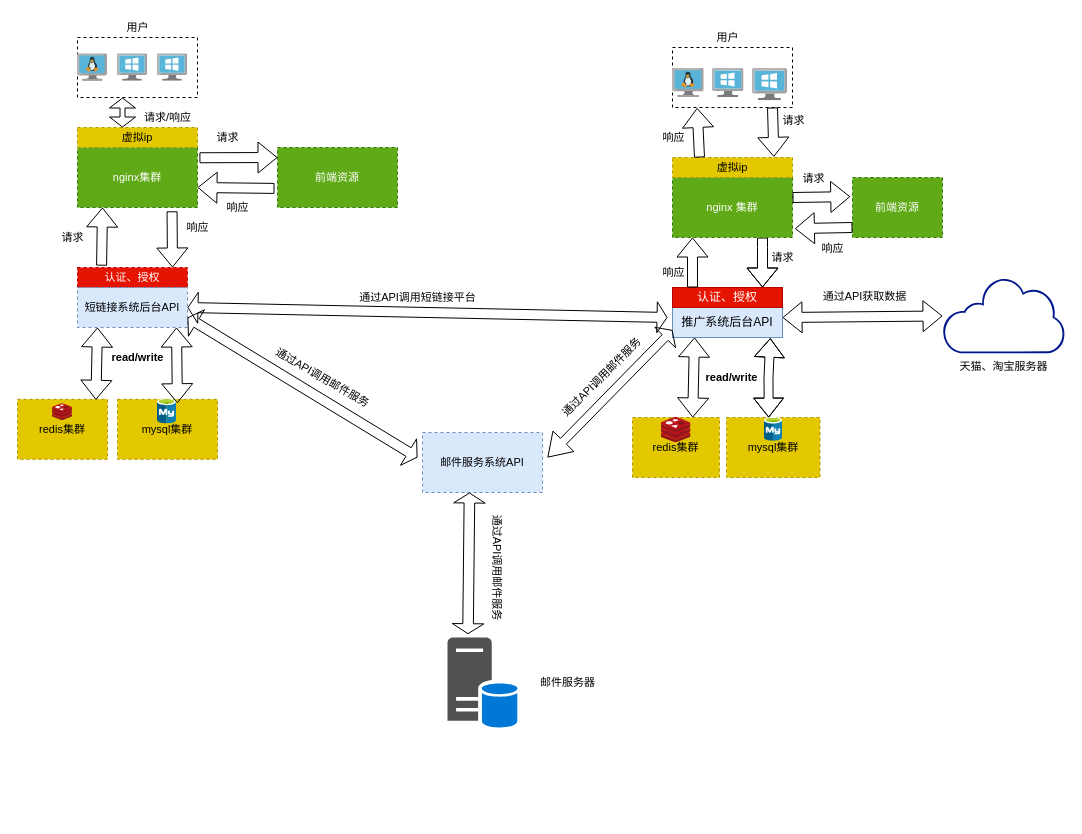
Before: Untitled Diagram.drawio in ndb000901/diagrams, a draw.io diagram. Source tidied: cells renumbered, new cells numbered last; positions are measured from the earlier drawing's top-left corner, leaving out a move shared by most shapes. Both pictures are drawn from the tidied source at 100%, with x=0, y=0 at pixel (17, 17).
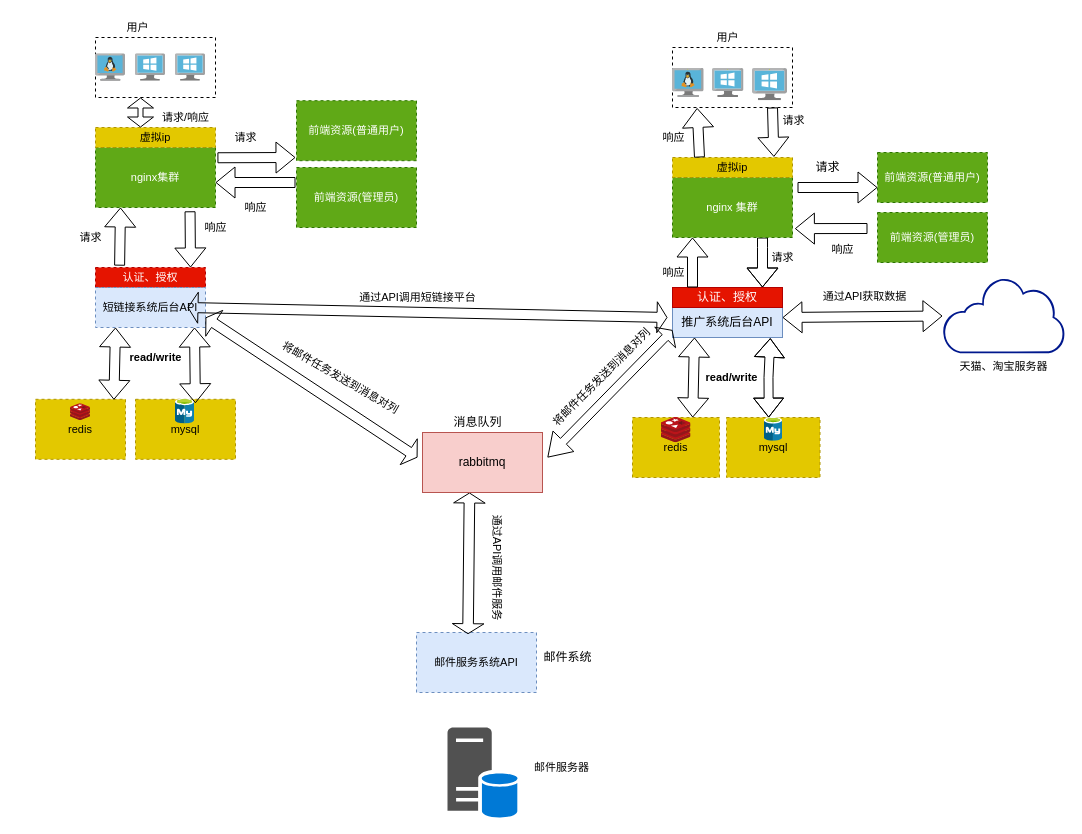
The same page after the edit.

Unchanged cells that the change refers to:
```xml
<mxCell id="8" value="nginx 集群" style="rounded=0;whiteSpace=wrap;html=1;fontFamily=Helvetica;fontSize=11;fontColor=#ffffff;dashed=1;fillColor=#60a917;strokeColor=#2D7600;" parent="1" vertex="1">
  <mxGeometry x="655" y="160" width="120" height="60" as="geometry" />
</mxCell>
```

What changed in the source:
```diff
@@
-    <mxCell id="9" value="前端资源" style="rounded=0;whiteSpace=wrap;html=1;dashed=1;fontFamily=Helvetica;fontSize=11;fontColor=#ffffff;fillColor=#60a917;strokeColor=#2D7600;" parent="1" vertex="1">
-      <mxGeometry x="835" y="160" width="90" height="60" as="geometry" />
+    <mxCell id="9" value="前端资源(普通用户)" style="rounded=0;whiteSpace=wrap;html=1;dashed=1;fontFamily=Helvetica;fontSize=11;fontColor=#ffffff;fillColor=#60a917;strokeColor=#2D7600;" parent="1" vertex="1">
+      <mxGeometry x="860" y="135" width="110" height="50" as="geometry" />
     </mxCell>
-    <mxCell id="10" style="shape=flexArrow;endArrow=classic;html=1;rounded=0;labelBackgroundColor=default;fontFamily=Helvetica;fontSize=11;fontColor=default;strokeColor=default;entryX=-0.025;entryY=0.319;entryDx=0;entryDy=0;entryPerimeter=0;" parent="1" edge="1" target="9">
-      <mxGeometry relative="1" as="geometry">
-        <mxPoint x="775" y="180" as="sourcePoint" />
-      </mxGeometry>
-    </mxCell>
-    <mxCell id="11" value="请求" style="edgeLabel;html=1;align=center;verticalAlign=middle;fontSize=11;fontFamily=Helvetica;fontColor=default;" parent="10" vertex="1">
-      <mxGeometry x="0.47" y="-2" relative="1" as="geometry">
-        <mxPoint x="-22" y="-21" as="offset" />
-      </mxGeometry>
-    </mxCell>
     <mxCell id="12" style="shape=flexArrow;endArrow=classic;html=1;rounded=0;labelBackgroundColor=default;fontFamily=Helvetica;fontSize=11;fontColor=default;strokeColor=default;entryX=1.02;entryY=0.852;entryDx=0;entryDy=0;entryPerimeter=0;" parent="1" edge="1" target="8">
       <mxGeometry relative="1" as="geometry">
-        <mxPoint x="835" y="210" as="sourcePoint" />
+        <mxPoint x="850" y="211" as="sourcePoint" />
       </mxGeometry>
     </mxCell>
@@
-    <mxCell id="24" value="redis集群" style="rounded=0;whiteSpace=wrap;html=1;dashed=1;fontFamily=Helvetica;fontSize=11;fontColor=#000000;fillColor=#e3c800;strokeColor=#B09500;" parent="1" vertex="1">
+    <mxCell id="24" value="redis" style="rounded=0;whiteSpace=wrap;html=1;dashed=1;fontFamily=Helvetica;fontSize=11;fontColor=#000000;fillColor=#e3c800;strokeColor=#B09500;" parent="1" vertex="1">
       <mxGeometry x="615" y="400" width="87" height="60" as="geometry" />
     </mxCell>
-    <mxCell id="25" value="mysql集群" style="rounded=0;whiteSpace=wrap;html=1;dashed=1;fontFamily=Helvetica;fontSize=11;fontColor=#000000;fillColor=#e3c800;strokeColor=#B09500;" parent="1" vertex="1">
+    <mxCell id="25" value="mysql" style="rounded=0;whiteSpace=wrap;html=1;dashed=1;fontFamily=Helvetica;fontSize=11;fontColor=#000000;fillColor=#e3c800;strokeColor=#B09500;" parent="1" vertex="1">
       <mxGeometry x="709" y="400" width="93.5" height="60" as="geometry" />
     </mxCell>
@@
     <mxCell id="34" value="认证、授权" style="rounded=0;whiteSpace=wrap;html=1;dashed=1;fontFamily=Helvetica;fontSize=11;fontColor=#ffffff;fillColor=#e51400;strokeColor=#B20000;" parent="1" vertex="1">
-      <mxGeometry x="60" y="250" width="110" height="20" as="geometry" />
+      <mxGeometry x="78" y="250" width="110" height="20" as="geometry" />
     </mxCell>
     <mxCell id="35" value="短链接系统后台API" style="rounded=0;whiteSpace=wrap;html=1;dashed=1;fontFamily=Helvetica;fontSize=11;fillColor=#dae8fc;strokeColor=#6c8ebf;" parent="1" vertex="1">
-      <mxGeometry x="60" y="270" width="110" height="40" as="geometry" />
+      <mxGeometry x="78" y="270" width="110" height="40" as="geometry" />
     </mxCell>
-    <mxCell id="36" value="redis集群" style="rounded=0;whiteSpace=wrap;html=1;dashed=1;fontFamily=Helvetica;fontSize=11;fontColor=#000000;fillColor=#e3c800;strokeColor=#B09500;" parent="1" vertex="1">
-      <mxGeometry y="381.8" width="90" height="60" as="geometry" />
+    <mxCell id="36" value="redis" style="rounded=0;whiteSpace=wrap;html=1;dashed=1;fontFamily=Helvetica;fontSize=11;fontColor=#000000;fillColor=#e3c800;strokeColor=#B09500;" parent="1" vertex="1">
+      <mxGeometry x="18" y="381.8" width="90" height="60" as="geometry" />
     </mxCell>
     <mxCell id="37" style="sketch=0;html=1;align=center;image;fontSize=12;image=img/lib/mscae/Cache_Redis_Product.svg;dashed=1;fontFamily=Helvetica;fontColor=default;" parent="1" vertex="1">
-      <mxGeometry x="35" y="386.2" width="20" height="16.8" as="geometry" />
+      <mxGeometry x="53" y="386.2" width="20" height="16.8" as="geometry" />
     </mxCell>
-    <mxCell id="38" value="mysql集群" style="rounded=0;whiteSpace=wrap;html=1;dashed=1;fontFamily=Helvetica;fontSize=11;fontColor=#000000;fillColor=#e3c800;strokeColor=#B09500;" parent="1" vertex="1">
-      <mxGeometry x="100" y="381.8" width="100" height="60" as="geometry" />
+    <mxCell id="38" value="mysql" style="rounded=0;whiteSpace=wrap;html=1;dashed=1;fontFamily=Helvetica;fontSize=11;fontColor=#000000;fillColor=#e3c800;strokeColor=#B09500;" parent="1" vertex="1">
+      <mxGeometry x="118" y="381.8" width="100" height="60" as="geometry" />
     </mxCell>
     <mxCell id="39" style="sketch=0;html=1;points=[];align=center;image;fontSize=12;image=img/lib/mscae/Azure_Database_for_MySQL_servers.svg;dashed=1;fontFamily=Helvetica;fontColor=default;" parent="1" vertex="1">
-      <mxGeometry x="140" y="381.4" width="19" height="25" as="geometry" />
+      <mxGeometry x="158" y="381.4" width="19" height="25" as="geometry" />
     </mxCell>
     <mxCell id="40" style="shape=flexArrow;endArrow=classic;startArrow=classic;html=1;rounded=0;labelBackgroundColor=default;fontFamily=Helvetica;fontSize=11;fontColor=default;strokeColor=default;exitX=0.871;exitY=0.008;exitDx=0;exitDy=0;exitPerimeter=0;" parent="1" edge="1" source="36">
       <mxGeometry relative="1" as="geometry">
-        <mxPoint x="80" y="310" as="targetPoint" />
+        <mxPoint x="98" y="310" as="targetPoint" />
       </mxGeometry>
     </mxCell>
     <mxCell id="41" style="shape=flexArrow;endArrow=classic;startArrow=classic;html=1;rounded=0;labelBackgroundColor=default;fontFamily=Helvetica;fontSize=11;fontColor=default;strokeColor=default;exitX=1.048;exitY=0.173;exitDx=0;exitDy=0;exitPerimeter=0;" parent="1" edge="1" source="39">
       <mxGeometry relative="1" as="geometry">
-        <mxPoint x="159" y="310" as="targetPoint" />
+        <mxPoint x="177" y="310" as="targetPoint" />
       </mxGeometry>
     </mxCell>
     <mxCell id="42" value="&lt;b&gt;read/write&lt;/b&gt;" style="text;html=1;align=center;verticalAlign=middle;strokeColor=none;fillColor=none;fontSize=11;fontFamily=Helvetica;fontColor=default;" parent="1" vertex="1">
-      <mxGeometry x="85" y="330" width="70" height="20" as="geometry" />
+      <mxGeometry x="103" y="330" width="70" height="20" as="geometry" />
     </mxCell>
     <mxCell id="43" value="nginx集群" style="rounded=0;whiteSpace=wrap;html=1;dashed=1;fontFamily=Helvetica;fontSize=11;fontColor=#ffffff;fillColor=#60a917;strokeColor=#2D7600;" parent="1" vertex="1">
-      <mxGeometry x="60" y="130" width="120" height="60" as="geometry" />
+      <mxGeometry x="78" y="130" width="120" height="60" as="geometry" />
     </mxCell>
     <mxCell id="44" value="虚拟ip" style="rounded=0;whiteSpace=wrap;html=1;dashed=1;fontFamily=Helvetica;fontSize=11;fontColor=#000000;fillColor=#e3c800;strokeColor=#B09500;" parent="1" vertex="1">
-      <mxGeometry x="60" y="110" width="120" height="20" as="geometry" />
+      <mxGeometry x="78" y="110" width="120" height="20" as="geometry" />
     </mxCell>
-    <mxCell id="45" value="前端资源" style="rounded=0;whiteSpace=wrap;html=1;dashed=1;fontFamily=Helvetica;fontSize=11;fontColor=#ffffff;fillColor=#60a917;strokeColor=#2D7600;" parent="1" vertex="1">
-      <mxGeometry x="260" y="130" width="120" height="60" as="geometry" />
+    <mxCell id="45" value="前端资源(普通用户)" style="rounded=0;whiteSpace=wrap;html=1;dashed=1;fontFamily=Helvetica;fontSize=11;fontColor=#ffffff;fillColor=#60a917;strokeColor=#2D7600;" parent="1" vertex="1">
+      <mxGeometry x="279" y="83.2" width="120" height="60" as="geometry" />
     </mxCell>
     <mxCell id="46" style="shape=flexArrow;endArrow=classic;html=1;rounded=0;labelBackgroundColor=default;fontFamily=Helvetica;fontSize=11;fontColor=default;strokeColor=default;exitX=1.016;exitY=0.171;exitDx=0;exitDy=0;exitPerimeter=0;" parent="1" edge="1" source="43">
       <mxGeometry relative="1" as="geometry">
-        <mxPoint x="260" y="140" as="targetPoint" />
+        <mxPoint x="278" y="140" as="targetPoint" />
       </mxGeometry>
     </mxCell>
-    <mxCell id="47" style="shape=flexArrow;endArrow=classic;html=1;rounded=0;labelBackgroundColor=default;fontFamily=Helvetica;fontSize=11;fontColor=default;strokeColor=default;exitX=-0.025;exitY=0.682;exitDx=0;exitDy=0;exitPerimeter=0;" parent="1" edge="1" source="45">
-      <mxGeometry relative="1" as="geometry">
-        <mxPoint x="180" y="170" as="targetPoint" />
-      </mxGeometry>
-    </mxCell>
     <mxCell id="48" value="响应" style="text;html=1;align=center;verticalAlign=middle;strokeColor=none;fillColor=none;fontSize=11;fontFamily=Helvetica;fontColor=default;" parent="1" vertex="1">
-      <mxGeometry x="200" y="180" width="40" height="20" as="geometry" />
+      <mxGeometry x="218" y="180" width="40" height="20" as="geometry" />
     </mxCell>
     <mxCell id="49" value="请求" style="text;html=1;align=center;verticalAlign=middle;strokeColor=none;fillColor=none;fontSize=11;fontFamily=Helvetica;fontColor=default;" parent="1" vertex="1">
-      <mxGeometry x="190" y="110" width="40" height="20" as="geometry" />
+      <mxGeometry x="208" y="110" width="40" height="20" as="geometry" />
     </mxCell>
     <mxCell id="50" style="shape=flexArrow;endArrow=classic;html=1;rounded=0;labelBackgroundColor=default;fontFamily=Helvetica;fontSize=11;fontColor=default;strokeColor=default;exitX=0.219;exitY=-0.091;exitDx=0;exitDy=0;exitPerimeter=0;" parent="1" edge="1" source="34">
       <mxGeometry relative="1" as="geometry">
-        <mxPoint x="85" y="190" as="targetPoint" />
+        <mxPoint x="103" y="190" as="targetPoint" />
       </mxGeometry>
     </mxCell>
     <mxCell id="51" style="shape=flexArrow;endArrow=classic;html=1;rounded=0;labelBackgroundColor=default;fontFamily=Helvetica;fontSize=11;fontColor=default;strokeColor=default;exitX=0.788;exitY=1.063;exitDx=0;exitDy=0;exitPerimeter=0;" parent="1" edge="1" source="43">
       <mxGeometry relative="1" as="geometry">
-        <mxPoint x="155" y="250" as="targetPoint" />
+        <mxPoint x="173" y="250" as="targetPoint" />
       </mxGeometry>
     </mxCell>
     <mxCell id="52" value="响应" style="text;html=1;align=center;verticalAlign=middle;strokeColor=none;fillColor=none;fontSize=11;fontFamily=Helvetica;fontColor=default;" parent="1" vertex="1">
-      <mxGeometry x="160" y="200" width="40" height="20" as="geometry" />
+      <mxGeometry x="178" y="200" width="40" height="20" as="geometry" />
     </mxCell>
     <mxCell id="53" value="请求" style="text;html=1;align=center;verticalAlign=middle;strokeColor=none;fillColor=none;fontSize=11;fontFamily=Helvetica;fontColor=default;" parent="1" vertex="1">
-      <mxGeometry x="35" y="210" width="40" height="20" as="geometry" />
+      <mxGeometry x="53" y="210" width="40" height="20" as="geometry" />
     </mxCell>
     <mxCell id="54" style="rounded=0;whiteSpace=wrap;html=1;dashed=1;fontFamily=Helvetica;fontSize=11;fontColor=default;" parent="1" vertex="1">
-      <mxGeometry x="60" y="20" width="120" height="60" as="geometry" />
+      <mxGeometry x="78" y="20" width="120" height="60" as="geometry" />
     </mxCell>
     <mxCell id="55" style="sketch=0;html=1;align=center;image;fontSize=12;image=img/lib/mscae/VM_Linux.svg;dashed=1;fontFamily=Helvetica;fontColor=default;" parent="1" vertex="1">
-      <mxGeometry x="60" y="36.2" width="30" height="27.6" as="geometry" />
+      <mxGeometry x="78" y="36.2" width="30" height="27.6" as="geometry" />
     </mxCell>
     <mxCell id="56" style="sketch=0;html=1;align=center;image;fontSize=12;image=img/lib/mscae/VirtualMachineWindows.svg;dashed=1;fontFamily=Helvetica;fontColor=default;" parent="1" vertex="1">
-      <mxGeometry x="100" y="36.2" width="30" height="27.6" as="geometry" />
+      <mxGeometry x="118" y="36.2" width="30" height="27.6" as="geometry" />
     </mxCell>
     <mxCell id="57" style="sketch=0;html=1;align=center;image;fontSize=12;image=img/lib/mscae/VirtualMachineWindows.svg;dashed=1;fontFamily=Helvetica;fontColor=default;" parent="1" vertex="1">
-      <mxGeometry x="140" y="36.2" width="30" height="27.6" as="geometry" />
+      <mxGeometry x="158" y="36.2" width="30" height="27.6" as="geometry" />
     </mxCell>
@@
     <mxCell id="59" style="shape=flexArrow;endArrow=classic;startArrow=classic;html=1;rounded=0;labelBackgroundColor=default;fontFamily=Helvetica;fontSize=11;fontColor=default;strokeColor=default;width=5;endSize=3;startSize=3;exitX=0.667;exitY=0;exitDx=0;exitDy=0;exitPerimeter=0;" parent="1" edge="1">
       <mxGeometry relative="1" as="geometry">
-        <mxPoint x="105" y="110" as="sourcePoint" />
-        <mxPoint x="105" y="80" as="targetPoint" />
+        <mxPoint x="123" y="110" as="sourcePoint" />
+        <mxPoint x="123" y="80" as="targetPoint" />
       </mxGeometry>
     </mxCell>
     <mxCell id="60" value="请求/响应" style="text;html=1;align=center;verticalAlign=middle;strokeColor=none;fillColor=none;fontSize=11;fontFamily=Helvetica;fontColor=default;" parent="1" vertex="1">
-      <mxGeometry x="115" y="90" width="70" height="20" as="geometry" />
+      <mxGeometry x="133" y="90" width="70" height="20" as="geometry" />
     </mxCell>
     <mxCell id="61" value="邮件服务系统API" style="rounded=0;whiteSpace=wrap;html=1;dashed=1;fontFamily=Helvetica;fontSize=11;fillColor=#dae8fc;strokeColor=#6c8ebf;" parent="1" vertex="1">
-      <mxGeometry x="405" y="415" width="120" height="60" as="geometry" />
+      <mxGeometry x="399" y="615" width="120" height="60" as="geometry" />
     </mxCell>
@@
     <mxCell id="64" value="邮件服务器" style="text;html=1;align=center;verticalAlign=middle;strokeColor=none;fillColor=none;fontSize=11;fontFamily=Helvetica;fontColor=default;" parent="1" vertex="1">
-      <mxGeometry x="510" y="655" width="80" height="20" as="geometry" />
+      <mxGeometry x="504" y="740" width="80" height="20" as="geometry" />
     </mxCell>
     <mxCell id="65" style="sketch=0;shadow=0;dashed=0;html=1;strokeColor=none;labelPosition=center;verticalLabelPosition=bottom;verticalAlign=top;align=center;fillColor=#515151;shape=mxgraph.mscae.system_center.primary_site;fontFamily=Helvetica;fontSize=11;fontColor=default;" parent="1" vertex="1">
-      <mxGeometry x="430" y="620" width="70" height="90" as="geometry" />
+      <mxGeometry x="430" y="710" width="70" height="90" as="geometry" />
     </mxCell>
@@
-    <mxCell id="67" value="通过API调用邮件服务" style="text;html=1;align=center;verticalAlign=middle;strokeColor=none;fillColor=none;fontSize=11;fontFamily=Helvetica;fontColor=default;rotation=30;" parent="1" vertex="1">
-      <mxGeometry x="240" y="350" width="130" height="20" as="geometry" />
+    <mxCell id="67" value="将邮件任务发送到消息对列" style="text;html=1;align=center;verticalAlign=middle;strokeColor=none;fillColor=none;fontSize=11;fontFamily=Helvetica;fontColor=default;rotation=30;" parent="1" vertex="1">
+      <mxGeometry x="243" y="350" width="160" height="20" as="geometry" />
     </mxCell>
-    <mxCell id="68" value="通过API调用邮件服务" style="text;html=1;align=center;verticalAlign=middle;strokeColor=none;fillColor=none;fontSize=11;fontFamily=Helvetica;fontColor=default;rotation=-45;" parent="1" vertex="1">
-      <mxGeometry x="519" y="350" width="130" height="20" as="geometry" />
+    <mxCell id="68" value="将邮件任务发送到消息对列" style="text;html=1;align=center;verticalAlign=middle;strokeColor=none;fillColor=none;fontSize=11;fontFamily=Helvetica;fontColor=default;rotation=-45;" parent="1" vertex="1">
+      <mxGeometry x="504" y="350" width="160" height="20" as="geometry" />
     </mxCell>
@@
+    <mxCell id="72" value="rabbitmq" style="rounded=0;whiteSpace=wrap;html=1;fillColor=#f8cecc;strokeColor=#b85450;" parent="1" vertex="1">
+      <mxGeometry x="405" y="415" width="120" height="60" as="geometry" />
+    </mxCell>
+    <mxCell id="73" value="消息队列" style="text;html=1;align=center;verticalAlign=middle;strokeColor=none;fillColor=none;" parent="1" vertex="1">
+      <mxGeometry x="430" y="395" width="60" height="20" as="geometry" />
+    </mxCell>
+    <mxCell id="74" value="前端资源(管理员)" style="rounded=0;whiteSpace=wrap;html=1;dashed=1;fontFamily=Helvetica;fontSize=11;fontColor=#ffffff;fillColor=#60a917;strokeColor=#2D7600;" parent="1" vertex="1">
+      <mxGeometry x="279" y="150" width="120" height="60" as="geometry" />
+    </mxCell>
+    <mxCell id="75" style="shape=flexArrow;endArrow=classic;html=1;rounded=0;" parent="1" edge="1">
+      <mxGeometry relative="1" as="geometry">
+        <mxPoint x="278" y="165" as="sourcePoint" />
+        <mxPoint x="198" y="165" as="targetPoint" />
+      </mxGeometry>
+    </mxCell>
+    <mxCell id="76" value="前端资源(管理员)" style="rounded=0;whiteSpace=wrap;html=1;dashed=1;fontFamily=Helvetica;fontSize=11;fontColor=#ffffff;fillColor=#60a917;strokeColor=#2D7600;" parent="1" vertex="1">
+      <mxGeometry x="860" y="195" width="110" height="50" as="geometry" />
+    </mxCell>
+    <mxCell id="77" style="shape=flexArrow;endArrow=classic;html=1;rounded=0;" parent="1" edge="1">
+      <mxGeometry relative="1" as="geometry">
+        <mxPoint x="780" y="170" as="sourcePoint" />
+        <mxPoint x="860" y="170" as="targetPoint" />
+      </mxGeometry>
+    </mxCell>
+    <mxCell id="11" value="请求" style="text;html=1;align=center;verticalAlign=middle;strokeColor=none;fillColor=none;" parent="1" vertex="1">
+      <mxGeometry x="790" y="140" width="40" height="20" as="geometry" />
+    </mxCell>
+    <mxCell id="78" value="邮件系统" style="text;html=1;align=center;verticalAlign=middle;strokeColor=none;fillColor=none;" parent="1" vertex="1">
+      <mxGeometry x="520" y="630" width="60" height="20" as="geometry" />
+    </mxCell>
```
